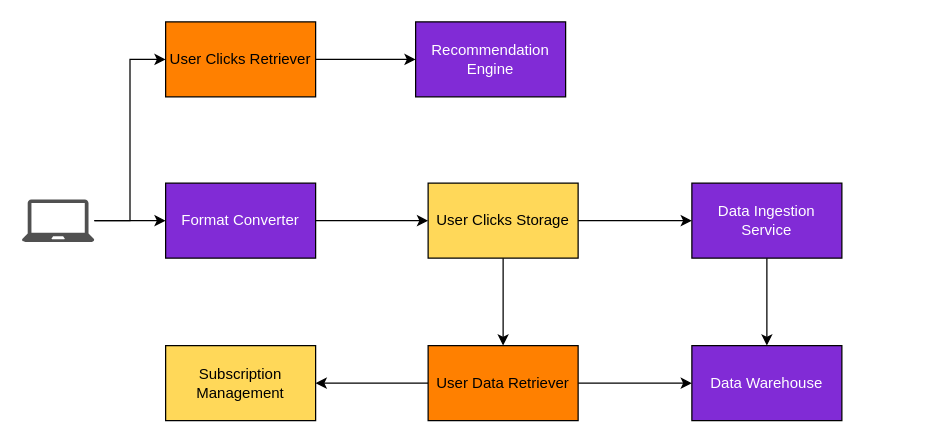
nevillio/hello-world keeps this draw.io diagram as user-clicks-analysis-flow.drawio. Above is the earlier version. Source tidied: cells renumbered, new cells numbered last; positions are measured from the earlier drawing's top-left corner, leaving out a move shared by most shapes. Both pictures are drawn from the tidied source at 125%, with x=0, y=0 at pixel (21, 21).
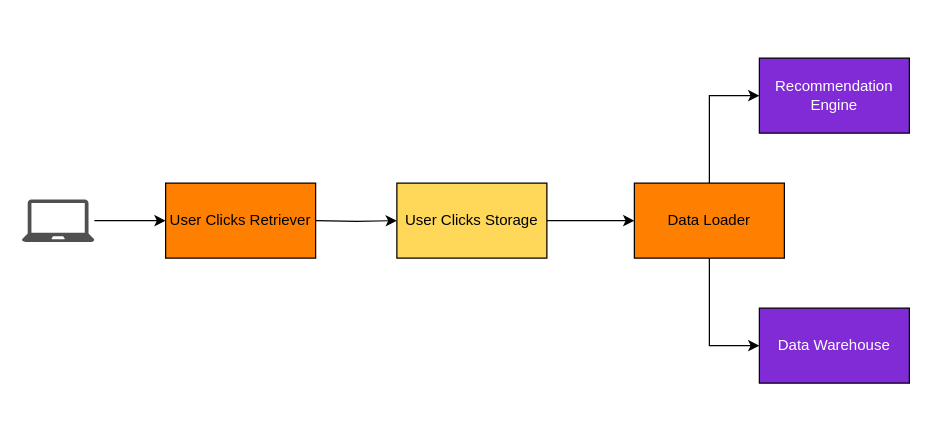
The same page after the edit.

Change to the diagram source:
```diff
@@
 <mxGraphModel>
   <root>
     <mxCell id="0" />
     <mxCell id="1" parent="0" />
     <mxCell id="2" value="&lt;font color=&quot;#ffffff&quot;&gt;Data Warehouse&lt;/font&gt;" style="rounded=0;whiteSpace=wrap;html=1;fillColor=#812BD6;" parent="1" vertex="1">
-      <mxGeometry x="536" y="259" width="120" height="60" as="geometry" />
+      <mxGeometry x="590" y="229" width="120" height="60" as="geometry" />
     </mxCell>
-    <mxCell id="3" style="edgeStyle=orthogonalEdgeStyle;rounded=0;jettySize=auto;html=1;" parent="1" edge="1" source="5" target="9">
+    <mxCell id="3" style="edgeStyle=orthogonalEdgeStyle;rounded=0;jettySize=auto;html=1;entryX=0;entryY=0.5;entryDx=0;entryDy=0;" parent="1" edge="1" source="5" target="22">
       <mxGeometry relative="1" as="geometry" />
     </mxCell>
-    <mxCell id="4" style="edgeStyle=orthogonalEdgeStyle;rounded=0;jettySize=auto;html=1;" parent="1" edge="1" source="5" target="12">
-      <mxGeometry relative="1" as="geometry" />
-    </mxCell>
     <mxCell id="5" value="User Clicks Storage" style="rounded=0;whiteSpace=wrap;html=1;fillColor=#FFD859;" parent="1" vertex="1">
-      <mxGeometry x="325" y="129" width="120" height="60" as="geometry" />
+      <mxGeometry x="300" y="129" width="120" height="60" as="geometry" />
     </mxCell>
-    <mxCell id="6" style="edgeStyle=orthogonalEdgeStyle;rounded=0;jettySize=auto;html=1;" parent="1" edge="1" source="7" target="5">
-      <mxGeometry relative="1" as="geometry" />
+    <mxCell id="6" style="edgeStyle=orthogonalEdgeStyle;rounded=0;jettySize=auto;html=1;" parent="1" edge="1" target="5">
+      <mxGeometry relative="1" as="geometry">
+        <mxPoint x="235" y="159" as="sourcePoint" />
+      </mxGeometry>
     </mxCell>
-    <mxCell id="7" value="&lt;font color=&quot;#ffffff&quot;&gt;Format Converter&lt;/font&gt;" style="rounded=0;whiteSpace=wrap;html=1;fillColor=#812BD6;" parent="1" vertex="1">
-      <mxGeometry x="115" y="129" width="120" height="60" as="geometry" />
-    </mxCell>
-    <mxCell id="8" style="edgeStyle=orthogonalEdgeStyle;rounded=0;jettySize=auto;html=1;" parent="1" edge="1" source="9" target="2">
-      <mxGeometry relative="1" as="geometry" />
-    </mxCell>
-    <mxCell id="9" value="&lt;font color=&quot;#ffffff&quot;&gt;Data Ingestion Service&lt;/font&gt;" style="rounded=0;whiteSpace=wrap;html=1;fillColor=#812BD6;" parent="1" vertex="1">
-      <mxGeometry x="536" y="129" width="120" height="60" as="geometry" />
-    </mxCell>
-    <mxCell id="10" style="edgeStyle=orthogonalEdgeStyle;rounded=0;jettySize=auto;html=1;" parent="1" edge="1" source="12" target="13">
-      <mxGeometry relative="1" as="geometry" />
-    </mxCell>
-    <mxCell id="11" style="edgeStyle=orthogonalEdgeStyle;rounded=0;jettySize=auto;html=1;" parent="1" edge="1" source="12" target="2">
-      <mxGeometry relative="1" as="geometry" />
-    </mxCell>
-    <mxCell id="12" value="User Data Retriever" style="rounded=0;whiteSpace=wrap;html=1;fillColor=#FF8000;" parent="1" vertex="1">
-      <mxGeometry x="325" y="259" width="120" height="60" as="geometry" />
-    </mxCell>
-    <mxCell id="13" value="Subscription Management" style="rounded=0;whiteSpace=wrap;html=1;fillColor=#FFD859;" parent="1" vertex="1">
-      <mxGeometry x="115" y="259" width="120" height="60" as="geometry" />
-    </mxCell>
-    <mxCell id="14" style="edgeStyle=orthogonalEdgeStyle;rounded=0;jettySize=auto;html=1;" parent="1" edge="1" source="16" target="7">
-      <mxGeometry relative="1" as="geometry" />
+    <mxCell id="14" style="edgeStyle=orthogonalEdgeStyle;rounded=0;jettySize=auto;html=1;" parent="1" edge="1" source="16">
+      <mxGeometry relative="1" as="geometry">
+        <mxPoint x="115" y="159" as="targetPoint" />
+      </mxGeometry>
     </mxCell>
-    <mxCell id="15" style="edgeStyle=orthogonalEdgeStyle;rounded=0;jettySize=auto;html=1;entryX=0;entryY=0.5;entryDx=0;entryDy=0;" parent="1" edge="1" source="16" target="18">
-      <mxGeometry relative="1" as="geometry" />
-    </mxCell>
     <mxCell id="16" style="sketch=0;shadow=0;dashed=0;html=1;strokeColor=none;fillColor=#505050;labelPosition=center;verticalLabelPosition=bottom;verticalAlign=top;outlineConnect=0;align=center;shape=mxgraph.office.devices.laptop;" parent="1" vertex="1">
       <mxGeometry y="142" width="58" height="34" as="geometry" />
     </mxCell>
-    <mxCell id="17" style="edgeStyle=orthogonalEdgeStyle;rounded=0;jettySize=auto;html=1;" parent="1" edge="1" source="18" target="19">
-      <mxGeometry relative="1" as="geometry" />
-    </mxCell>
     <mxCell id="18" value="User Clicks Retriever" style="rounded=0;whiteSpace=wrap;html=1;fillColor=#FF8000;" parent="1" vertex="1">
-      <mxGeometry x="115" width="120" height="60" as="geometry" />
+      <mxGeometry x="115" y="129" width="120" height="60" as="geometry" />
     </mxCell>
+    <mxCell id="20" style="edgeStyle=orthogonalEdgeStyle;rounded=0;jettySize=auto;html=1;entryX=0;entryY=0.5;entryDx=0;entryDy=0;" parent="1" edge="1" source="22" target="19">
+      <mxGeometry relative="1" as="geometry" />
+    </mxCell>
+    <mxCell id="21" style="edgeStyle=orthogonalEdgeStyle;rounded=0;jettySize=auto;html=1;entryX=0;entryY=0.5;entryDx=0;entryDy=0;" parent="1" edge="1" source="22" target="2">
+      <mxGeometry relative="1" as="geometry" />
+    </mxCell>
+    <mxCell id="22" value="Data Loader" style="rounded=0;whiteSpace=wrap;html=1;fillColor=#FF8000;" parent="1" vertex="1">
+      <mxGeometry x="490" y="129" width="120" height="60" as="geometry" />
+    </mxCell>
-    <mxCell id="19" value="&lt;font color=&quot;#ffffff&quot;&gt;Recommendation Engine&lt;/font&gt;" style="whiteSpace=wrap;html=1;fillColor=#812BD6;rounded=0;" parent="1" vertex="1">
-      <mxGeometry x="315" width="120" height="60" as="geometry" />
+    <mxCell id="19" value="&lt;font color=&quot;#ffffff&quot;&gt;Recommendation Engine&lt;/font&gt;" style="rounded=0;whiteSpace=wrap;html=1;fillColor=#812BD6;" parent="1" vertex="1">
+      <mxGeometry x="590" y="29" width="120" height="60" as="geometry" />
     </mxCell>
   </root>
 </mxGraphModel>
```
